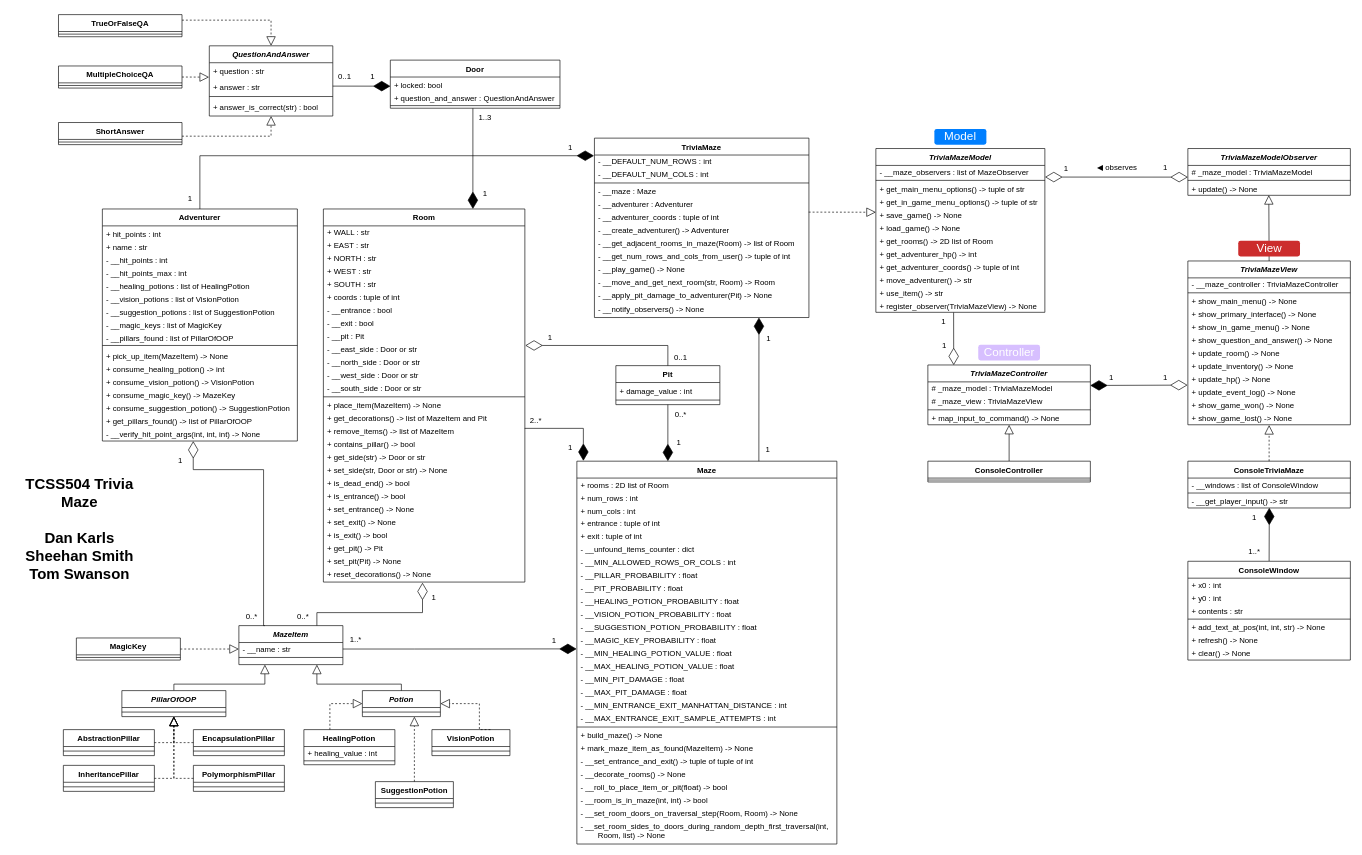
The draw.io diagram doc/UML.drawio in dskarls/TCSS504-Trivia-Maze, before the edit. Source tidied: cells renumbered, new cells numbered last; positions are measured from the earlier drawing's top-left corner, leaving out a move shared by most shapes. Both pictures are drawn from the tidied source at 65%, with x=0, y=0 at pixel (11, 14).
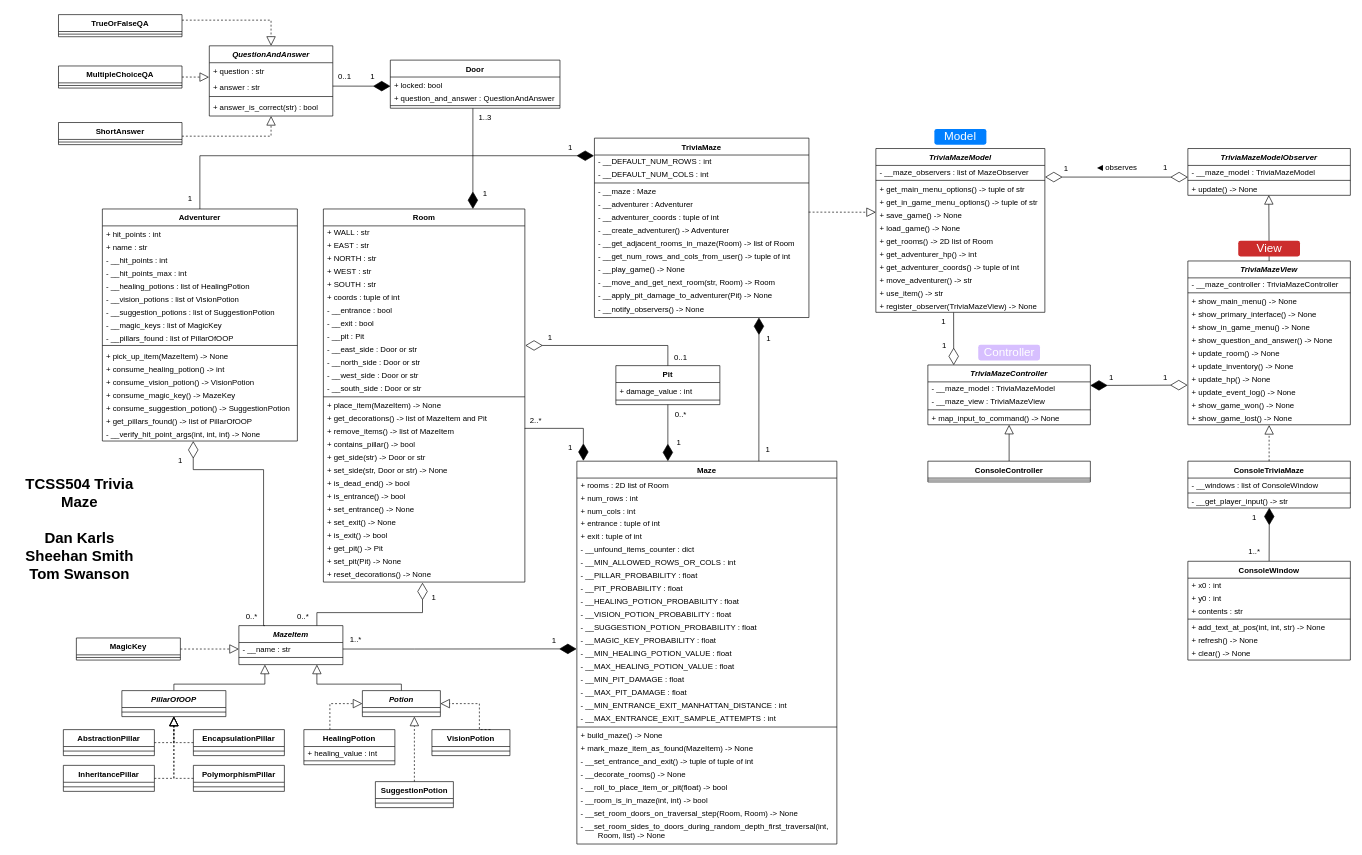
The same page after the edit.

Commit message:
DOC: Update visibility of attrs in MVC ABCs

Actually, these can just be private since we don't necessarily want to
allow passing down the inheritance tree if further subclasses are
created.

The change refers to these unchanged cells:
```xml
<mxCell id="210" value="TriviaMazeController" style="swimlane;fontStyle=3;align=center;verticalAlign=top;horizontal=1;startSize=26;fontFamily=Helvetica;fontSize=12;" parent="1" vertex="1">
  <mxGeometry x="1410" y="539" width="250" height="92" as="geometry" />
</mxCell>
<mxCell id="236" value="TriviaMazeModelObserver" style="swimlane;fontStyle=3;align=center;verticalAlign=top;horizontal=1;startSize=26;fontFamily=Helvetica;fontSize=12;" parent="1" vertex="1">
  <mxGeometry x="1810" y="206" width="250" height="72" as="geometry" />
</mxCell>
```

Change to the diagram source:
```diff
@@
-    <mxCell id="211" value="# _maze_model : TriviaMazeModel" style="text;strokeColor=none;fillColor=none;align=left;verticalAlign=middle;spacingLeft=4;spacingRight=4;overflow=hidden;points=[[0,0.5],[1,0.5]];portConstraint=eastwest;" parent="210" vertex="1">
+    <mxCell id="211" value="- __maze_model : TriviaMazeModel" style="text;strokeColor=none;fillColor=none;align=left;verticalAlign=middle;spacingLeft=4;spacingRight=4;overflow=hidden;points=[[0,0.5],[1,0.5]];portConstraint=eastwest;" parent="210" vertex="1">
       <mxGeometry y="26" width="250" height="20" as="geometry" />
     </mxCell>
-    <mxCell id="212" value="# _maze_view : TriviaMazeView" style="text;strokeColor=none;fillColor=none;align=left;verticalAlign=middle;spacingLeft=4;spacingRight=4;overflow=hidden;" parent="210" vertex="1">
+    <mxCell id="212" value="- __maze_view : TriviaMazeView" style="text;strokeColor=none;fillColor=none;align=left;verticalAlign=middle;spacingLeft=4;spacingRight=4;overflow=hidden;" parent="210" vertex="1">
       <mxGeometry y="46" width="250" height="20" as="geometry" />
     </mxCell>
@@
-    <mxCell id="237" value="# _maze_model : TriviaMazeModel" style="text;strokeColor=none;fillColor=none;align=left;verticalAlign=middle;spacingLeft=4;spacingRight=4;overflow=hidden;" parent="236" vertex="1">
+    <mxCell id="237" value="- __maze_model : TriviaMazeModel" style="text;strokeColor=none;fillColor=none;align=left;verticalAlign=middle;spacingLeft=4;spacingRight=4;overflow=hidden;" parent="236" vertex="1">
       <mxGeometry y="26" width="250" height="20" as="geometry" />
     </mxCell>
```
